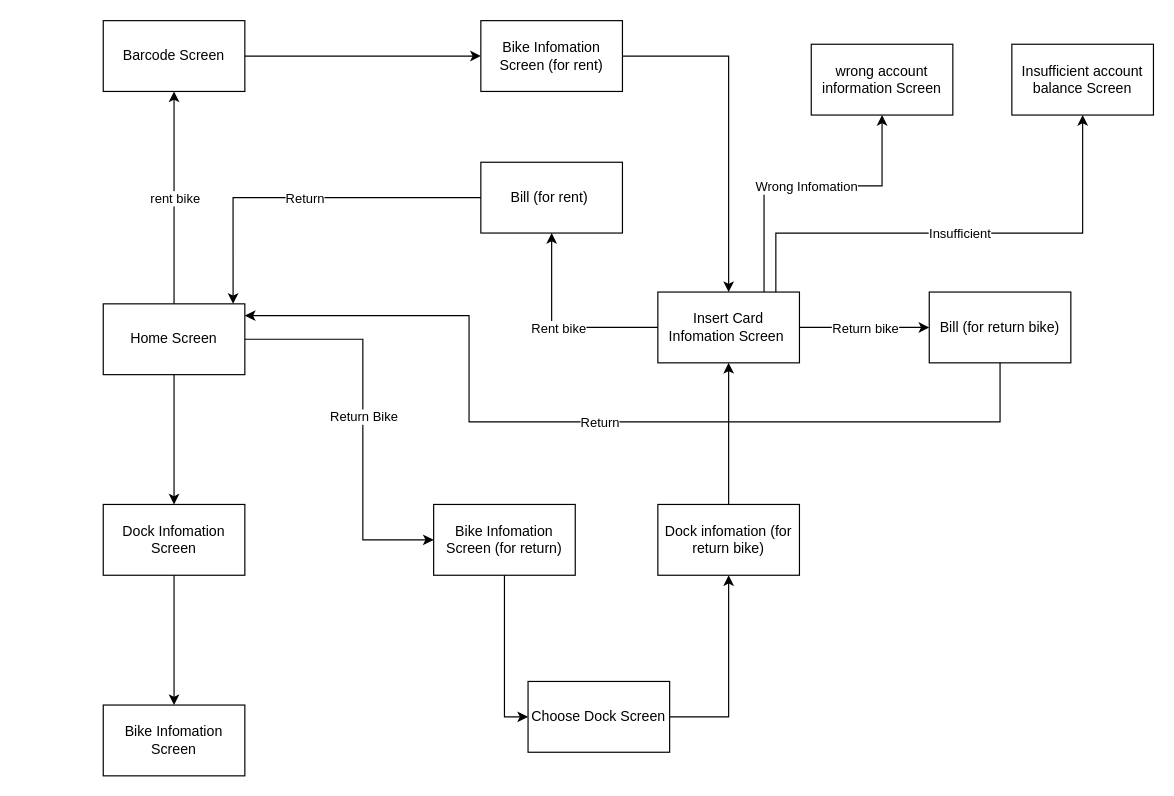
Above: Detailed Design/Interface Design/User Interface Design/Screen transition diagram/Untitled Diagram.drawio in janglee83/ISD.VN.20221.05 (draw.io), before the change. Source tidied: cells renumbered, new cells numbered last; positions are measured from the earlier drawing's top-left corner, leaving out a move shared by most shapes. Both pictures are drawn from the tidied source at 118%, with x=0, y=0 at pixel (103, 20).
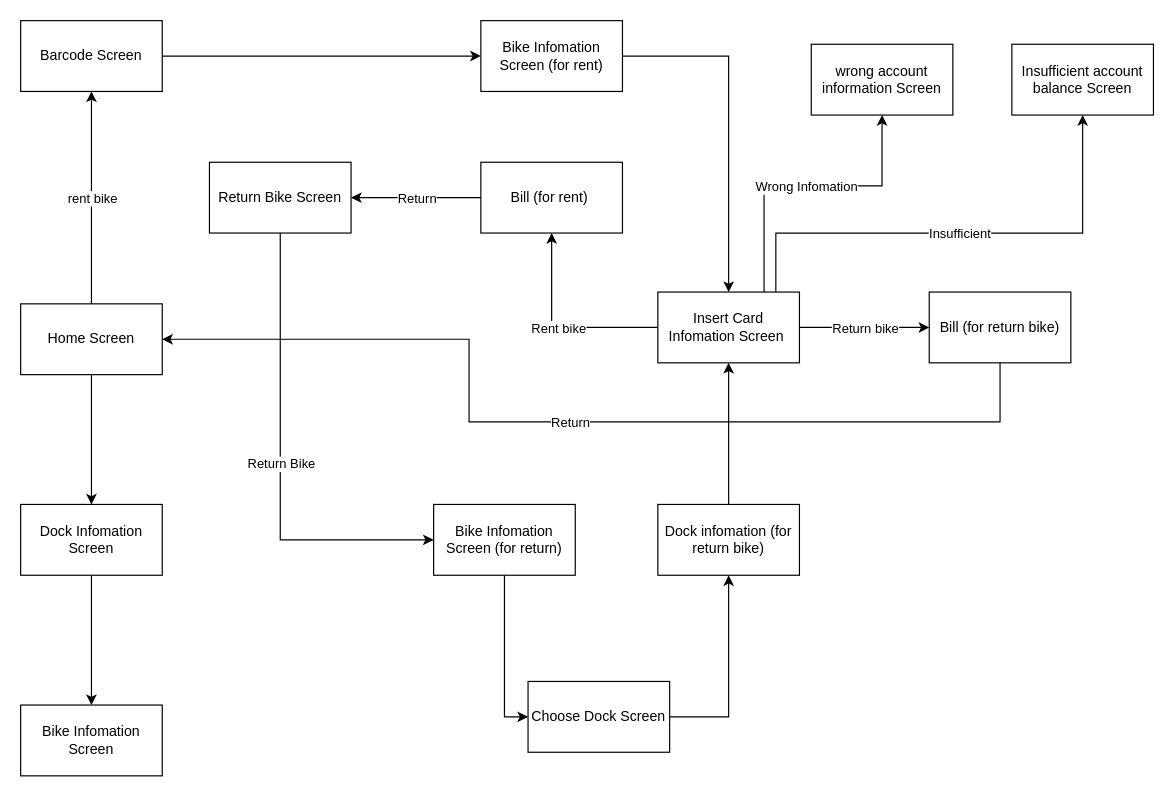
The same page after the edit.

Unchanged cells that the change refers to:
```xml
<mxCell id="14" value="Bill (for return bike)" style="rounded=0;whiteSpace=wrap;html=1;" parent="1" vertex="1">
  <mxGeometry x="700" y="230" width="120" height="60" as="geometry" />
</mxCell>
<mxCell id="15" value="Bill (for rent)&amp;nbsp;" style="rounded=0;whiteSpace=wrap;html=1;" parent="1" vertex="1">
  <mxGeometry x="320" y="120" width="120" height="60" as="geometry" />
</mxCell>
<mxCell id="21" value="Bike Infomation Screen (for return)" style="rounded=0;whiteSpace=wrap;html=1;" parent="1" vertex="1">
  <mxGeometry x="280" y="410" width="120" height="60" as="geometry" />
</mxCell>
```

What changed in the source:
```diff
@@
     <mxCell id="3" value="Home Screen" style="rounded=0;whiteSpace=wrap;html=1;" parent="1" vertex="1">
-      <mxGeometry y="240" width="120" height="60" as="geometry" />
+      <mxGeometry x="-70" y="240" width="120" height="60" as="geometry" />
     </mxCell>
@@
     <mxCell id="5" value="Dock Infomation Screen" style="rounded=0;whiteSpace=wrap;html=1;" parent="1" vertex="1">
-      <mxGeometry y="410" width="120" height="60" as="geometry" />
+      <mxGeometry x="-70" y="410" width="120" height="60" as="geometry" />
     </mxCell>
     <mxCell id="6" value="Bike Infomation Screen" style="rounded=0;whiteSpace=wrap;html=1;" parent="1" vertex="1">
-      <mxGeometry y="580" width="120" height="60" as="geometry" />
+      <mxGeometry x="-70" y="580" width="120" height="60" as="geometry" />
     </mxCell>
@@
     <mxCell id="8" value="Barcode Screen" style="rounded=0;whiteSpace=wrap;html=1;" parent="1" vertex="1">
-      <mxGeometry width="120" height="60" as="geometry" />
+      <mxGeometry x="-70" width="120" height="60" as="geometry" />
     </mxCell>
@@
-    <mxCell id="22" style="endArrow=classic;html=1;rounded=0;exitX=0.5;exitY=0;exitDx=0;exitDy=0;entryX=0.5;entryY=1;entryDx=0;entryDy=0;" parent="1" edge="1" target="8">
-      <mxGeometry relative="1" as="geometry">
-        <mxPoint x="60" y="240" as="sourcePoint" />
-      </mxGeometry>
+    <mxCell id="22" style="endArrow=classic;html=1;rounded=0;exitX=0.5;exitY=0;exitDx=0;exitDy=0;entryX=0.5;entryY=1;entryDx=0;entryDy=0;" parent="1" edge="1" source="3" target="8">
+      <mxGeometry relative="1" as="geometry" />
     </mxCell>
@@
-    <mxCell id="24" style="endArrow=classic;html=1;rounded=0;exitX=1;exitY=0.5;exitDx=0;exitDy=0;entryX=0;entryY=0.5;entryDx=0;entryDy=0;" parent="1" edge="1" source="3" target="21">
+    <mxCell id="24" style="endArrow=classic;html=1;rounded=0;exitX=0.5;exitY=1;exitDx=0;exitDy=0;entryX=0;entryY=0.5;entryDx=0;entryDy=0;" parent="1" edge="1" source="38" target="21">
       <mxGeometry relative="1" as="geometry">
         <Array as="points">
-          <mxPoint x="220" y="270" />
+          <mxPoint x="150" y="300" />
+          <mxPoint x="150" y="440" />
           <mxPoint x="220" y="440" />
         </Array>
       </mxGeometry>
     </mxCell>
@@
-    <mxCell id="26" style="endArrow=classic;html=1;rounded=0;exitX=0;exitY=0.5;exitDx=0;exitDy=0;entryX=0.917;entryY=0;entryDx=0;entryDy=0;entryPerimeter=0;" parent="1" edge="1" source="15" target="3">
+    <mxCell id="26" style="endArrow=classic;html=1;rounded=0;exitX=0;exitY=0.5;exitDx=0;exitDy=0;entryX=1;entryY=0.5;entryDx=0;entryDy=0;" parent="1" edge="1" source="15" target="38">
       <mxGeometry relative="1" as="geometry">
         <Array as="points">
-          <mxPoint x="110" y="150" />
+          <mxPoint x="240" y="150" />
         </Array>
       </mxGeometry>
     </mxCell>
@@
-    <mxCell id="32" style="endArrow=classic;html=1;rounded=0;exitX=0.5;exitY=1;exitDx=0;exitDy=0;entryX=0.917;entryY=0;entryDx=0;entryDy=0;entryPerimeter=0;" parent="1" edge="1" source="14">
+    <mxCell id="32" style="endArrow=classic;html=1;rounded=0;exitX=0.5;exitY=1;exitDx=0;exitDy=0;entryX=1;entryY=0.5;entryDx=0;entryDy=0;" parent="1" edge="1" source="14" target="3">
       <mxGeometry relative="1" as="geometry">
-        <mxPoint x="120" y="250" as="targetPoint" />
         <Array as="points">
           <mxPoint x="760" y="340" />
           <mxPoint x="310" y="340" />
-          <mxPoint x="310" y="250" />
+          <mxPoint x="310" y="270" />
         </Array>
       </mxGeometry>
     </mxCell>
@@
+    <mxCell id="38" value="Return Bike Screen" style="rounded=0;whiteSpace=wrap;html=1;" parent="1" vertex="1">
+      <mxGeometry x="90" y="120" width="120" height="60" as="geometry" />
+    </mxCell>
```
